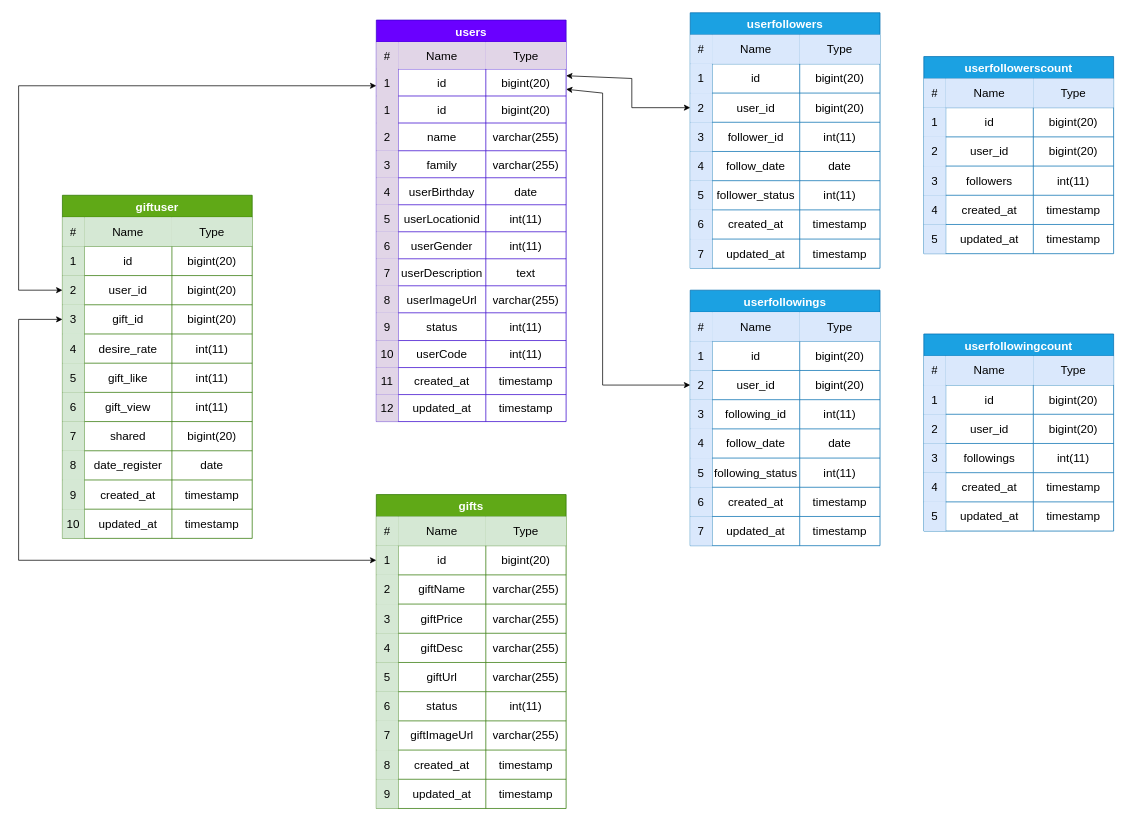
Above: Untitled Diagram.drawio in Rezarezaeipour/wiishy-diagram (draw.io), before the change. Source tidied: cells renumbered, new cells numbered last; positions are measured from the earlier drawing's top-left corner, leaving out a move shared by most shapes. Both pictures are drawn from the tidied source at 73%, with x=0, y=0 at pixel (18, 12).
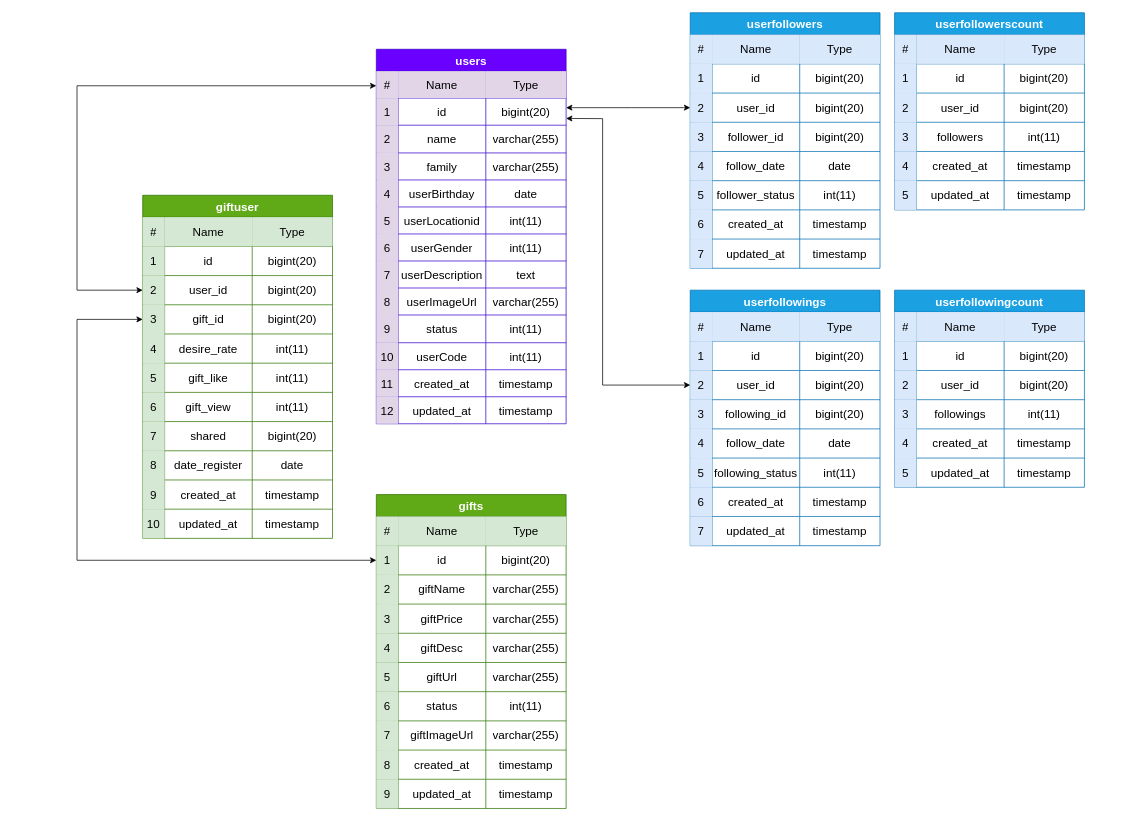
After the change.

Commit message:
Update userfollowings and userfollowers

The change refers to these unchanged cells:
```xml
<mxCell id="7" style="shape=tableRow;horizontal=0;startSize=0;swimlaneHead=0;swimlaneBody=0;strokeColor=inherit;top=0;left=0;bottom=0;right=0;fillColor=none;points=[[0,0.5],[1,0.5]];portConstraint=eastwest;fontSize=16;" parent="2" vertex="1">
  <mxGeometry y="67" width="260" height="37" as="geometry" />
</mxCell>
<mxCell id="64" style="shape=tableRow;horizontal=0;startSize=0;swimlaneHead=0;swimlaneBody=0;strokeColor=inherit;top=0;left=0;bottom=0;right=0;fillColor=none;points=[[0,0.5],[1,0.5]];portConstraint=eastwest;fontSize=16;" parent="59" vertex="1">
  <mxGeometry y="70" width="260" height="40" as="geometry" />
</mxCell>
<mxCell id="109" style="shape=tableRow;horizontal=0;startSize=0;swimlaneHead=0;swimlaneBody=0;strokeColor=inherit;top=0;left=0;bottom=0;right=0;fillColor=none;points=[[0,0.5],[1,0.5]];portConstraint=eastwest;fontSize=16;" parent="100" vertex="1">
  <mxGeometry y="110" width="260" height="40" as="geometry" />
</mxCell>
<mxCell id="113" style="shape=tableRow;horizontal=0;startSize=0;swimlaneHead=0;swimlaneBody=0;strokeColor=inherit;top=0;left=0;bottom=0;right=0;fillColor=none;points=[[0,0.5],[1,0.5]];portConstraint=eastwest;fontSize=16;" parent="100" vertex="1">
  <mxGeometry y="150" width="260" height="40" as="geometry" />
</mxCell>
<mxCell id="154" style="shape=tableRow;horizontal=0;startSize=0;swimlaneHead=0;swimlaneBody=0;strokeColor=inherit;top=0;left=0;bottom=0;right=0;fillColor=none;points=[[0,0.5],[1,0.5]];portConstraint=eastwest;fontSize=16;" parent="145" vertex="1">
  <mxGeometry y="110" width="260" height="40" as="geometry" />
</mxCell>
<mxCell id="158" style="shape=tableRow;horizontal=0;startSize=0;swimlaneHead=0;swimlaneBody=0;strokeColor=inherit;top=0;left=0;bottom=0;right=0;fillColor=none;fontSize=16;" parent="145" vertex="1">
  <mxGeometry y="150" width="260" height="40" as="geometry" />
</mxCell>
<mxCell id="187" style="shape=tableRow;horizontal=0;startSize=0;swimlaneHead=0;swimlaneBody=0;strokeColor=inherit;top=0;left=0;bottom=0;right=0;fillColor=none;points=[[0,0.5],[1,0.5]];portConstraint=eastwest;fontSize=16;" parent="178" vertex="1">
  <mxGeometry y="110" width="260" height="40" as="geometry" />
</mxCell>
<mxCell id="191" style="shape=tableRow;horizontal=0;startSize=0;swimlaneHead=0;swimlaneBody=0;strokeColor=inherit;top=0;left=0;bottom=0;right=0;fillColor=none;fontSize=16;" parent="178" vertex="1">
  <mxGeometry y="150" width="260" height="40" as="geometry" />
</mxCell>
```

The edit, as a diff of the source:
```diff
@@
     <mxCell id="2" value="users" style="shape=table;startSize=30;childLayout=tableLayout;strokeColor=#3700CC;fontSize=16;fillColor=#6a00ff;fontColor=#ffffff;fontStyle=1;" parent="1" vertex="1">
-      <mxGeometry x="490" y="10" width="260" height="550" as="geometry" />
+      <mxGeometry x="490" y="50" width="260" height="513" as="geometry" />
     </mxCell>
@@
-    <mxCell id="11" style="shape=tableRow;horizontal=0;startSize=0;swimlaneHead=0;swimlaneBody=0;strokeColor=inherit;top=0;left=0;bottom=0;right=0;fillColor=none;fontSize=16;" parent="2" vertex="1">
-      <mxGeometry y="104" width="260" height="37" as="geometry" />
-    </mxCell>
-    <mxCell id="12" value="1" style="shape=partialRectangle;html=1;whiteSpace=wrap;strokeColor=#9673a6;overflow=hidden;fillColor=#e1d5e7;top=0;left=0;bottom=0;right=0;fontSize=16;" parent="11" vertex="1">
-      <mxGeometry width="30" height="37" as="geometry" />
-    </mxCell>
-    <mxCell id="13" value="id" style="shape=partialRectangle;html=1;whiteSpace=wrap;strokeColor=inherit;overflow=hidden;fillColor=none;top=0;left=0;bottom=0;right=0;fontSize=16;" parent="11" vertex="1">
-      <mxGeometry x="30" width="120" height="37" as="geometry" />
-    </mxCell>
-    <mxCell id="14" value="bigint(20)" style="shape=partialRectangle;html=1;whiteSpace=wrap;strokeColor=inherit;overflow=hidden;fillColor=none;top=0;left=0;bottom=0;right=0;fontSize=16;" parent="11" vertex="1">
-      <mxGeometry x="150" width="110" height="37" as="geometry" />
-    </mxCell>
     <mxCell id="15" style="shape=tableRow;horizontal=0;startSize=0;swimlaneHead=0;swimlaneBody=0;strokeColor=inherit;top=0;left=0;bottom=0;right=0;fillColor=none;fontSize=16;" parent="2" vertex="1">
-      <mxGeometry y="141" width="260" height="38" as="geometry" />
+      <mxGeometry y="104" width="260" height="38" as="geometry" />
     </mxCell>
@@
     <mxCell id="19" style="shape=tableRow;horizontal=0;startSize=0;swimlaneHead=0;swimlaneBody=0;strokeColor=inherit;top=0;left=0;bottom=0;right=0;fillColor=none;fontSize=16;" parent="2" vertex="1">
-      <mxGeometry y="179" width="260" height="37" as="geometry" />
+      <mxGeometry y="142" width="260" height="37" as="geometry" />
     </mxCell>
@@
     <mxCell id="23" style="shape=tableRow;horizontal=0;startSize=0;swimlaneHead=0;swimlaneBody=0;strokeColor=inherit;top=0;left=0;bottom=0;right=0;fillColor=none;fontSize=16;" parent="2" vertex="1">
-      <mxGeometry y="216" width="260" height="37" as="geometry" />
+      <mxGeometry y="179" width="260" height="37" as="geometry" />
     </mxCell>
@@
     <mxCell id="27" style="shape=tableRow;horizontal=0;startSize=0;swimlaneHead=0;swimlaneBody=0;strokeColor=inherit;top=0;left=0;bottom=0;right=0;fillColor=none;fontSize=16;" parent="2" vertex="1">
-      <mxGeometry y="253" width="260" height="37" as="geometry" />
+      <mxGeometry y="216" width="260" height="37" as="geometry" />
     </mxCell>
@@
     <mxCell id="31" style="shape=tableRow;horizontal=0;startSize=0;swimlaneHead=0;swimlaneBody=0;strokeColor=inherit;top=0;left=0;bottom=0;right=0;fillColor=none;fontSize=16;" parent="2" vertex="1">
-      <mxGeometry y="290" width="260" height="37" as="geometry" />
+      <mxGeometry y="253" width="260" height="37" as="geometry" />
     </mxCell>
@@
     <mxCell id="35" style="shape=tableRow;horizontal=0;startSize=0;swimlaneHead=0;swimlaneBody=0;strokeColor=inherit;top=0;left=0;bottom=0;right=0;fillColor=none;fontSize=16;" parent="2" vertex="1">
-      <mxGeometry y="327" width="260" height="37" as="geometry" />
+      <mxGeometry y="290" width="260" height="37" as="geometry" />
     </mxCell>
@@
     <mxCell id="39" style="shape=tableRow;horizontal=0;startSize=0;swimlaneHead=0;swimlaneBody=0;strokeColor=inherit;top=0;left=0;bottom=0;right=0;fillColor=none;fontSize=16;" parent="2" vertex="1">
-      <mxGeometry y="364" width="260" height="37" as="geometry" />
+      <mxGeometry y="327" width="260" height="37" as="geometry" />
     </mxCell>
@@
     <mxCell id="43" style="shape=tableRow;horizontal=0;startSize=0;swimlaneHead=0;swimlaneBody=0;strokeColor=inherit;top=0;left=0;bottom=0;right=0;fillColor=none;fontSize=16;" parent="2" vertex="1">
-      <mxGeometry y="401" width="260" height="38" as="geometry" />
+      <mxGeometry y="364" width="260" height="38" as="geometry" />
     </mxCell>
@@
     <mxCell id="47" style="shape=tableRow;horizontal=0;startSize=0;swimlaneHead=0;swimlaneBody=0;strokeColor=inherit;top=0;left=0;bottom=0;right=0;fillColor=none;fontSize=16;" parent="2" vertex="1">
-      <mxGeometry y="439" width="260" height="37" as="geometry" />
+      <mxGeometry y="402" width="260" height="37" as="geometry" />
     </mxCell>
@@
     <mxCell id="51" style="shape=tableRow;horizontal=0;startSize=0;swimlaneHead=0;swimlaneBody=0;strokeColor=inherit;top=0;left=0;bottom=0;right=0;fillColor=none;fontSize=16;" parent="2" vertex="1">
-      <mxGeometry y="476" width="260" height="37" as="geometry" />
+      <mxGeometry y="439" width="260" height="37" as="geometry" />
     </mxCell>
@@
     <mxCell id="55" style="shape=tableRow;horizontal=0;startSize=0;swimlaneHead=0;swimlaneBody=0;strokeColor=inherit;top=0;left=0;bottom=0;right=0;fillColor=none;fontSize=16;" parent="2" vertex="1">
-      <mxGeometry y="513" width="260" height="37" as="geometry" />
+      <mxGeometry y="476" width="260" height="37" as="geometry" />
     </mxCell>
@@
     <mxCell id="100" value="giftuser" style="shape=table;startSize=30;childLayout=tableLayout;strokeColor=#2D7600;fontSize=16;fillColor=#60a917;fontStyle=1;fontColor=#ffffff;" parent="1" vertex="1">
-      <mxGeometry x="60" y="250" width="260" height="470" as="geometry" />
+      <mxGeometry x="170" y="250" width="260" height="470" as="geometry" />
     </mxCell>
@@
-    <mxCell id="161" value="int(11)" style="shape=partialRectangle;html=1;whiteSpace=wrap;strokeColor=inherit;overflow=hidden;fillColor=none;top=0;left=0;bottom=0;right=0;fontSize=16;" parent="158" vertex="1">
+    <mxCell id="161" value="bigint(20)" style="shape=partialRectangle;html=1;whiteSpace=wrap;strokeColor=inherit;overflow=hidden;fillColor=none;top=0;left=0;bottom=0;right=0;fontSize=16;" parent="158" vertex="1">
       <mxGeometry x="150" width="110" height="40" as="geometry" />
     </mxCell>
@@
-    <mxCell id="194" value="int(11)" style="shape=partialRectangle;html=1;whiteSpace=wrap;strokeColor=inherit;overflow=hidden;fillColor=none;top=0;left=0;bottom=0;right=0;fontSize=16;" parent="191" vertex="1">
+    <mxCell id="194" value="bigint(20)" style="shape=partialRectangle;html=1;whiteSpace=wrap;strokeColor=inherit;overflow=hidden;fillColor=none;top=0;left=0;bottom=0;right=0;fontSize=16;" parent="191" vertex="1">
       <mxGeometry x="150" width="110" height="40" as="geometry" />
     </mxCell>
@@
     <mxCell id="211" style="endArrow=classic;startArrow=classic;html=1;rounded=0;exitX=0;exitY=0.5;exitDx=0;exitDy=0;" parent="1" edge="1" source="109">
       <mxGeometry relative="1" as="geometry">
         <mxPoint x="490" y="100" as="targetPoint" />
         <Array as="points">
-          <mxPoint y="380" />
-          <mxPoint y="240" />
-          <mxPoint y="100" />
+          <mxPoint x="80" y="380" />
+          <mxPoint x="80" y="100" />
         </Array>
       </mxGeometry>
     </mxCell>
-    <mxCell id="212" style="endArrow=classic;startArrow=classic;html=1;rounded=0;exitX=0;exitY=0.5;exitDx=0;exitDy=0;" parent="1" edge="1" source="64">
+    <mxCell id="212" style="endArrow=classic;startArrow=classic;html=1;rounded=0;exitX=0;exitY=0.5;exitDx=0;exitDy=0;entryX=0;entryY=0.5;entryDx=0;entryDy=0;" parent="1" edge="1" source="64" target="113">
       <mxGeometry relative="1" as="geometry">
-        <mxPoint x="60" y="420" as="targetPoint" />
         <Array as="points">
-          <mxPoint y="750" />
-          <mxPoint y="420" />
+          <mxPoint x="80" y="750" />
+          <mxPoint x="80" y="420" />
         </Array>
       </mxGeometry>
     </mxCell>
     <mxCell id="213" value="userfollowerscount" style="shape=table;startSize=30;childLayout=tableLayout;strokeColor=#006EAF;fontSize=16;fillColor=#1ba1e2;fontStyle=1;fontColor=#ffffff;" parent="1" vertex="1">
-      <mxGeometry x="1240" y="60" width="260" height="270" as="geometry" />
+      <mxGeometry x="1200" width="260" height="270" as="geometry" />
     </mxCell>
@@
     <mxCell id="238" value="userfollowingcount" style="shape=table;startSize=30;childLayout=tableLayout;strokeColor=#006EAF;fontSize=16;fillColor=#1ba1e2;fontStyle=1;fontColor=#ffffff;" parent="1" vertex="1">
-      <mxGeometry x="1240" y="440" width="260" height="270" as="geometry" />
+      <mxGeometry x="1200" y="380" width="260" height="270" as="geometry" />
     </mxCell>
@@
-    <mxCell id="263" style="endArrow=classic;startArrow=classic;html=1;rounded=0;exitX=1;exitY=0.25;exitDx=0;exitDy=0;exitPerimeter=0;entryX=0;entryY=0.5;entryDx=0;entryDy=0;" parent="1" edge="1" source="7" target="154">
+    <mxCell id="263" style="endArrow=classic;startArrow=classic;html=1;rounded=0;entryX=0;entryY=0.5;entryDx=0;entryDy=0;" parent="1" edge="1" target="154">
       <mxGeometry relative="1" as="geometry">
+        <mxPoint x="750" y="130" as="sourcePoint" />
         <Array as="points">
-          <mxPoint x="840" y="90" />
           <mxPoint x="840" y="130" />
         </Array>
       </mxGeometry>
     </mxCell>
     <mxCell id="264" style="endArrow=classic;startArrow=classic;html=1;rounded=0;exitX=1;exitY=0.75;exitDx=0;exitDy=0;exitPerimeter=0;entryX=0;entryY=0.5;entryDx=0;entryDy=0;" parent="1" edge="1" source="7" target="187">
       <mxGeometry relative="1" as="geometry">
         <Array as="points">
-          <mxPoint x="800" y="110" />
+          <mxPoint x="800" y="145" />
           <mxPoint x="800" y="510" />
         </Array>
       </mxGeometry>
     </mxCell>
```
